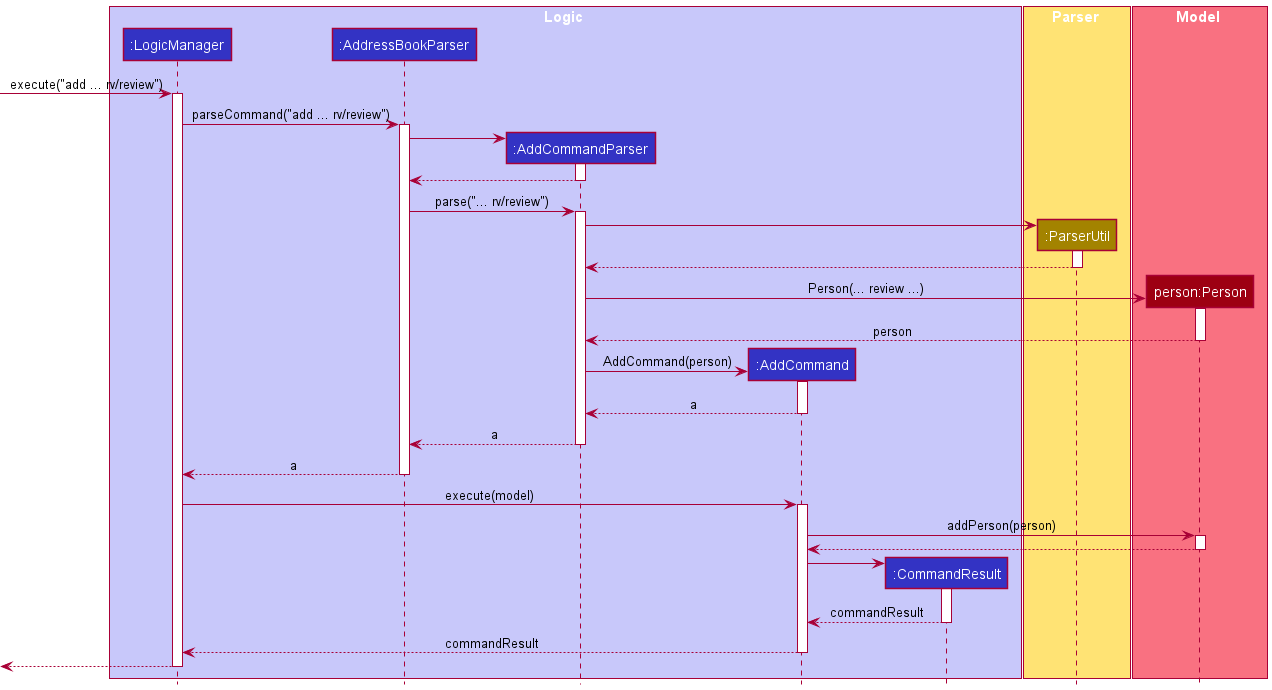
nus-cs2103-AY2122S1/tp keeps this PlantUML diagram as docs/images/ReviewSequenceDiagram.png. Above is the earlier version. Source of this version:
```plantuml
@startuml
!include style.puml

box Logic LOGIC_COLOR_T1

participant ":LogicManager" as LogicManager LOGIC_COLOR
participant ":AddressBookParser" as AddressBookParser LOGIC_COLOR
participant ":AddCommandParser" as AddCommandParser LOGIC_COLOR
participant ":AddCommand" as AddCommand LOGIC_COLOR
participant ":CommandResult" as CommandResult LOGIC_COLOR

end box

box Parser STORAGE_COLOR_T1

participant ":ParserUtil" as ParserUtil STORAGE_COLOR
end box

box Model MODEL_COLOR_T1

participant "person:Person" as Person MODEL_COLOR
end box


[-> LogicManager : execute("add ... rv/review")
activate LogicManager

LogicManager -> AddressBookParser : parseCommand("add ... rv/review")
activate AddressBookParser

create AddCommandParser
AddressBookParser -> AddCommandParser
activate AddCommandParser

AddCommandParser --> AddressBookParser
deactivate AddCommandParser

AddressBookParser -> AddCommandParser : parse("... rv/review")
activate AddCommandParser

create ParserUtil
AddCommandParser -> ParserUtil
activate ParserUtil

ParserUtil --> AddCommandParser
deactivate ParserUtil

create Person
AddCommandParser -> Person : Person(... review ...)
activate Person

Person --> AddCommandParser : person
deactivate Person

create AddCommand
AddCommandParser -> AddCommand : AddCommand(person)
activate AddCommand

AddCommand --> AddCommandParser:a
deactivate AddCommand

AddCommandParser --> AddressBookParser:a
deactivate AddCommandParser

AddressBookParser --> LogicManager:a
deactivate AddressBookParser

LogicManager -> AddCommand : execute(model)
activate AddCommand

AddCommand -> Person : addPerson(person)
activate Person

Person --> AddCommand
deactivate Person

create CommandResult
AddCommand -> CommandResult
activate CommandResult

CommandResult --> AddCommand : commandResult
deactivate CommandResult

AddCommand --> LogicManager : commandResult
deactivate AddCommand

[<--LogicManager
deactivate LogicManager

@enduml
```
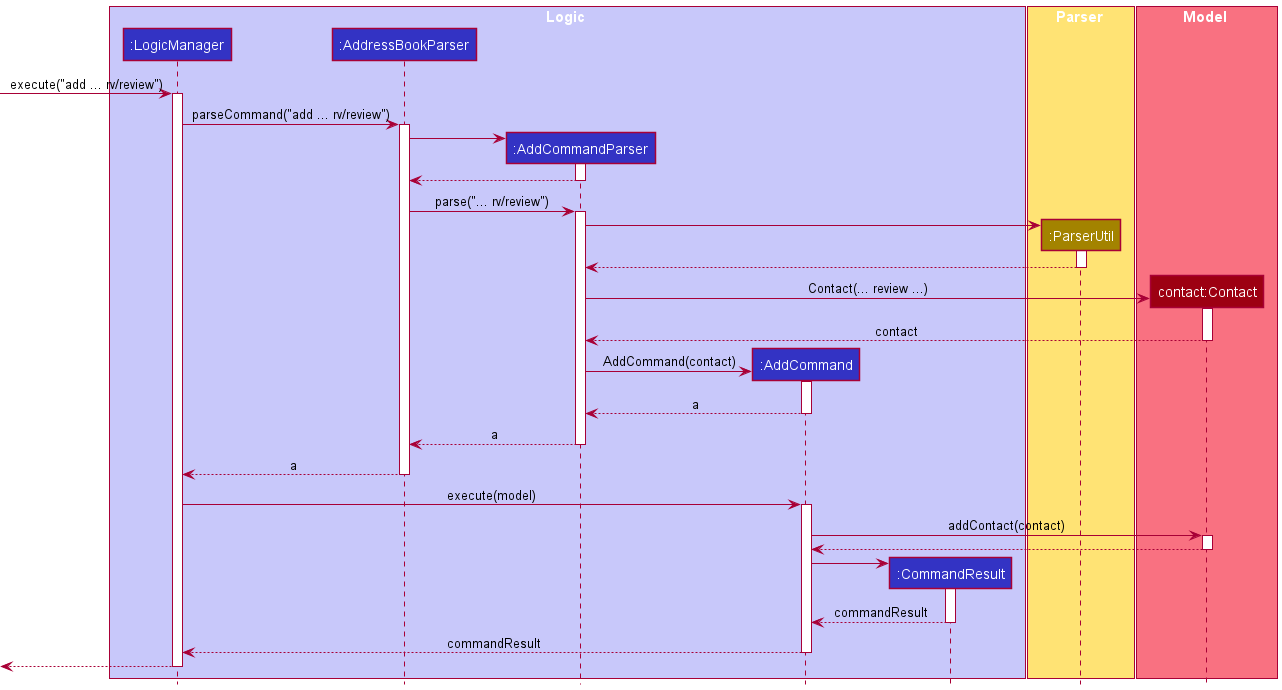
The same diagram one commit later.

Diff of the diagram source:
```diff
@@ -18,7 +18,7 @@
 
 box Model MODEL_COLOR_T1
 
-participant "person:Person" as Person MODEL_COLOR
+participant "contact:Contact" as Contact MODEL_COLOR
 end box
 
 
@@ -45,15 +45,15 @@
 ParserUtil --> AddCommandParser
 deactivate ParserUtil
 
-create Person
-AddCommandParser -> Person : Person(... review ...)
-activate Person
+create Contact
+AddCommandParser -> Contact : Contact(... review ...)
+activate Contact
 
-Person --> AddCommandParser : person
-deactivate Person
+Contact --> AddCommandParser : contact
+deactivate Contact
 
 create AddCommand
-AddCommandParser -> AddCommand : AddCommand(person)
+AddCommandParser -> AddCommand : AddCommand(contact)
 activate AddCommand
 
 AddCommand --> AddCommandParser:a
@@ -68,11 +68,11 @@
 LogicManager -> AddCommand : execute(model)
 activate AddCommand
 
-AddCommand -> Person : addPerson(person)
-activate Person
+AddCommand -> Contact : addContact(contact)
+activate Contact
 
-Person --> AddCommand
-deactivate Person
+Contact --> AddCommand
+deactivate Contact
 
 create CommandResult
 AddCommand -> CommandResult
```
